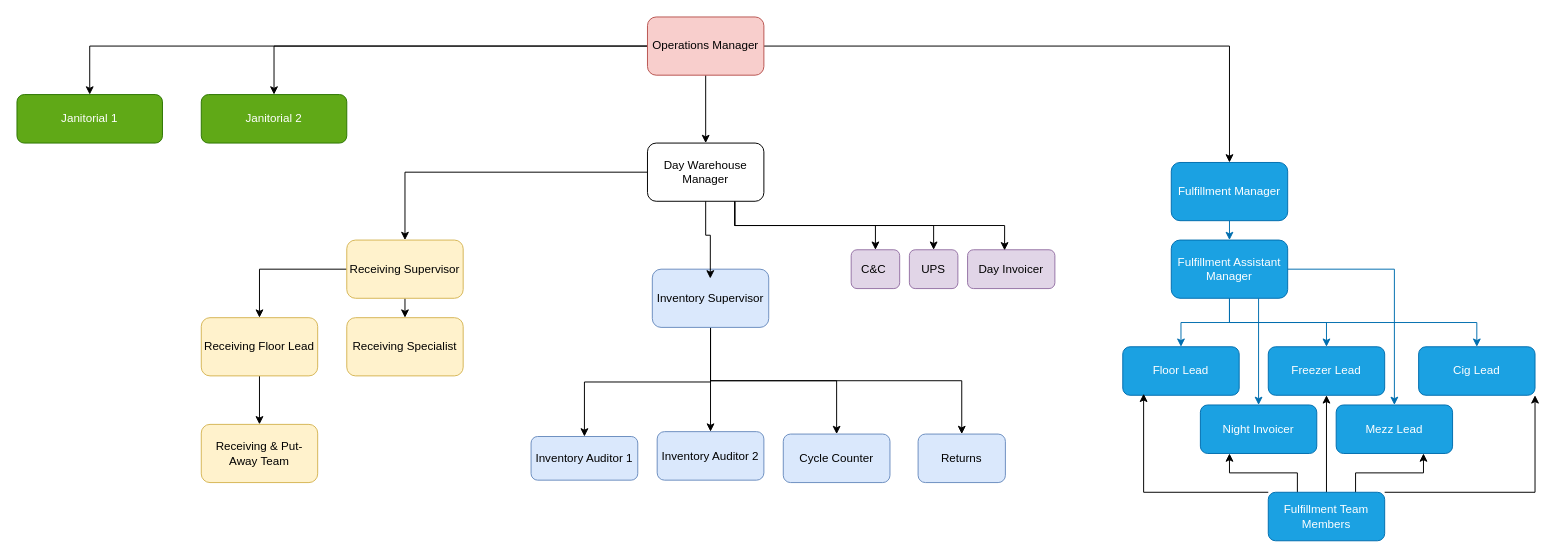
Earlier version of the draw.io diagram page "ID WH" (3 of 3) of InventoryDept.drawio (GpBrenden/MyCharts). Source tidied: cells renumbered, new cells numbered last; positions are measured from the earlier drawing's top-left corner, leaving out a move shared by most shapes. Both pictures are drawn from the tidied source at 97%, with x=0, y=0 at pixel (16, 16).
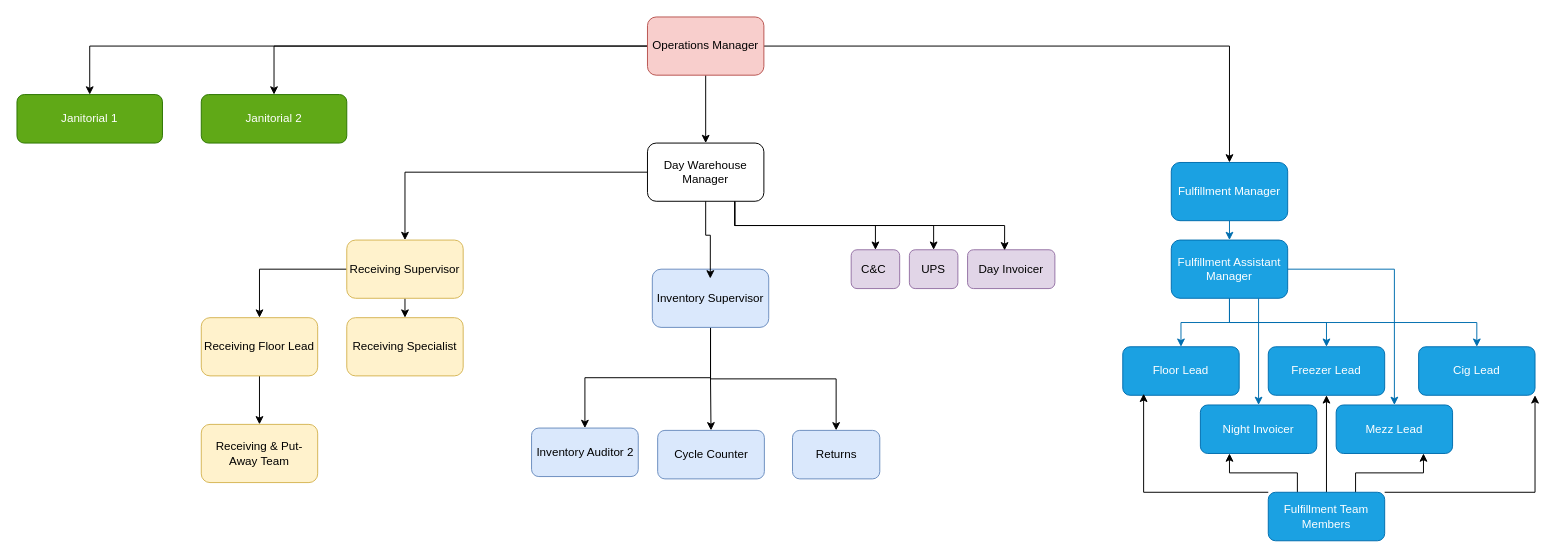
The same page after the edit.

Unchanged cells that the change refers to:
```xml
<mxCell id="18" value="Inventory Supervisor" style="rounded=1;whiteSpace=wrap;html=1;fillColor=#dae8fc;strokeColor=#6c8ebf;" parent="1" vertex="1">
  <mxGeometry x="655" y="260" width="120" height="60" as="geometry" />
</mxCell>
```

Diff of the diagram source:
```diff
@@
-    <mxCell id="17" style="edgeStyle=orthogonalEdgeStyle;rounded=0;jettySize=auto;html=1;exitX=0.5;exitY=1;exitDx=0;exitDy=0;entryX=0.5;entryY=0;entryDx=0;entryDy=0;" parent="1" edge="1" source="18" target="26">
-      <mxGeometry relative="1" as="geometry" />
-    </mxCell>
@@
-    <mxCell id="26" value="Inventory Auditor 1" style="rounded=1;whiteSpace=wrap;html=1;fillColor=#dae8fc;strokeColor=#6c8ebf;" parent="1" vertex="1">
-      <mxGeometry x="530" y="432.5" width="110" height="45" as="geometry" />
-    </mxCell>
     <mxCell id="27" value="Inventory Auditor 2" style="rounded=1;whiteSpace=wrap;html=1;fillColor=#dae8fc;strokeColor=#6c8ebf;" parent="1" vertex="1">
-      <mxGeometry x="660" y="427.5" width="110" height="50" as="geometry" />
+      <mxGeometry x="530.5" y="423.8" width="110" height="50" as="geometry" />
     </mxCell>
     <mxCell id="28" value="Cycle Counter" style="rounded=1;whiteSpace=wrap;html=1;fillColor=#dae8fc;strokeColor=#6c8ebf;" parent="1" vertex="1">
-      <mxGeometry x="790" y="430" width="110" height="50" as="geometry" />
+      <mxGeometry x="660.5" y="426.2" width="110" height="50" as="geometry" />
     </mxCell>
     <mxCell id="29" value="Returns" style="rounded=1;whiteSpace=wrap;html=1;fillColor=#dae8fc;strokeColor=#6c8ebf;" parent="1" vertex="1">
-      <mxGeometry x="929" y="430" width="90" height="50" as="geometry" />
+      <mxGeometry x="799.5" y="426.2" width="90" height="50" as="geometry" />
     </mxCell>
```
